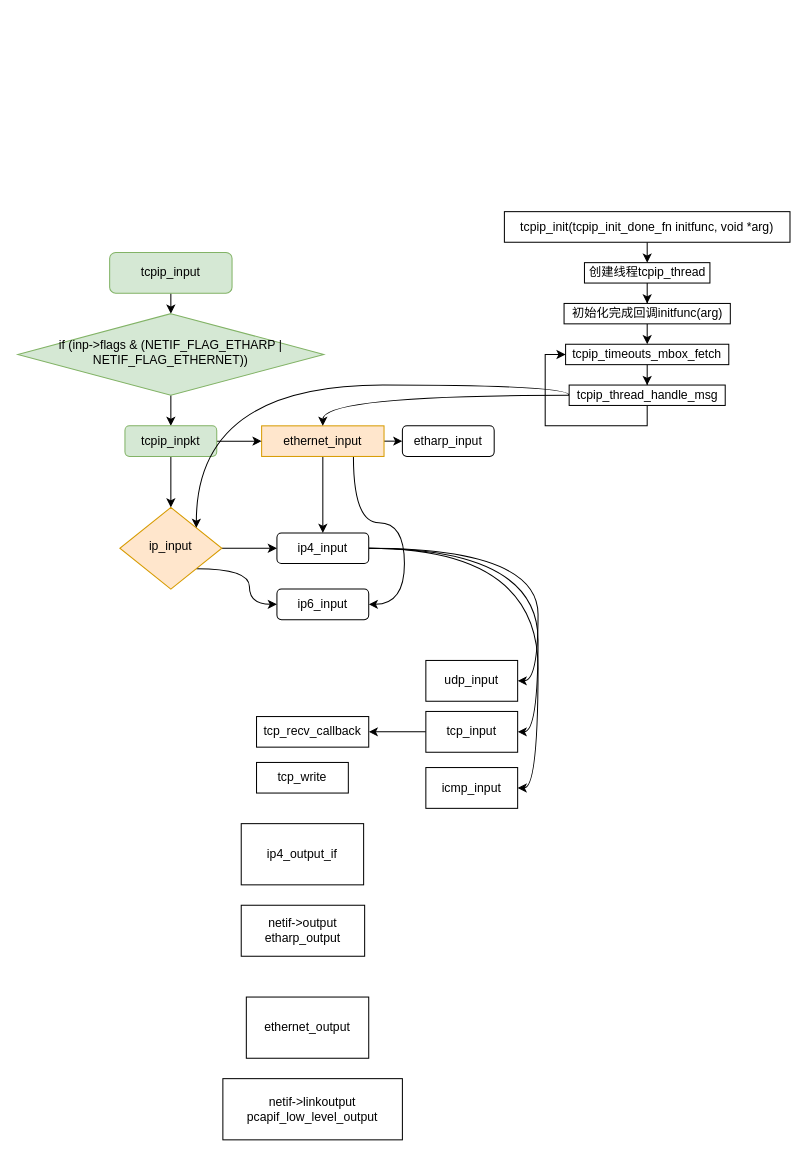
dosmlp/drawio keeps this draw.io diagram as 未命名绘图.drawio. Above is the earlier version. Source tidied: cells renumbered, new cells numbered last; positions are measured from the earlier drawing's top-left corner, leaving out a move shared by most shapes. Both pictures are drawn from the tidied source at 102%, with x=0, y=0 at pixel (17, 211).
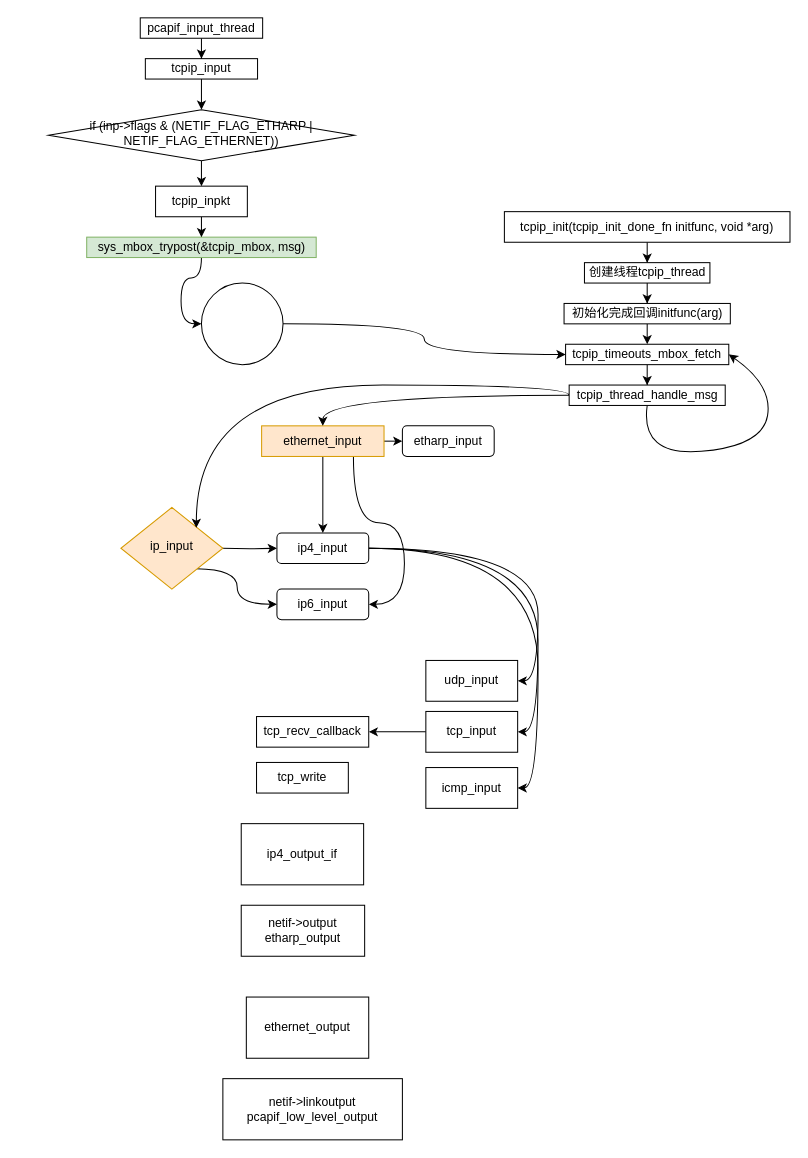
Above is the later version.

Commit message:
更新未命名绘图.drawio

Unchanged cells that the change refers to:
```xml
<mxCell id="9" value="ethernet_input" style="rounded=1;whiteSpace=wrap;html=1;fontSize=12;glass=0;strokeWidth=1;shadow=0;arcSize=0;fillColor=#ffe6cc;strokeColor=#d79b00;" parent="1" vertex="1">
  <mxGeometry x="239" y="210" width="120" height="30" as="geometry" />
</mxCell>
<mxCell id="16" value="ip4_input" style="rounded=1;whiteSpace=wrap;html=1;" parent="1" vertex="1">
  <mxGeometry x="254" y="315" width="90" height="30" as="geometry" />
</mxCell>
<mxCell id="18" value="ip6_input" style="rounded=1;whiteSpace=wrap;html=1;" parent="1" vertex="1">
  <mxGeometry x="254" y="370" width="90" height="30" as="geometry" />
</mxCell>
<mxCell id="33" value="tcpip_init(tcpip_init_done_fn initfunc, void *arg)" style="rounded=0;whiteSpace=wrap;html=1;" parent="1" vertex="1">
  <mxGeometry x="477" width="280" height="30" as="geometry" />
</mxCell>
<mxCell id="35" value="创建线程tcpip_thread" style="rounded=0;whiteSpace=wrap;html=1;" parent="1" vertex="1">
  <mxGeometry x="555.5" y="50" width="123" height="20" as="geometry" />
</mxCell>
<mxCell id="37" value="tcpip_timeouts_mbox_fetch" style="rounded=0;whiteSpace=wrap;html=1;" parent="1" vertex="1">
  <mxGeometry x="537" y="130" width="160" height="20" as="geometry" />
</mxCell>
<mxCell id="43" value="tcpip_thread_handle_msg" style="rounded=0;whiteSpace=wrap;html=1;" parent="1" vertex="1">
  <mxGeometry x="540.5" y="170" width="153" height="20" as="geometry" />
</mxCell>
```

What changed in the source:
```diff
@@
-    <mxCell id="3" value="tcpip_input" style="rounded=1;whiteSpace=wrap;html=1;fontSize=12;glass=0;strokeWidth=1;shadow=0;fillColor=#d5e8d4;strokeColor=#82b366;" parent="1" vertex="1">
-      <mxGeometry x="90" y="40" width="120" height="40" as="geometry" />
+    <mxCell id="3" value="tcpip_input" style="rounded=1;whiteSpace=wrap;html=1;fontSize=12;glass=0;strokeWidth=1;shadow=0;arcSize=0;" parent="1" vertex="1">
+      <mxGeometry x="125" y="-150" width="110" height="20" as="geometry" />
     </mxCell>
@@
-    <mxCell id="5" value="if (inp-&amp;gt;flags &amp;amp; (NETIF_FLAG_ETHARP | NETIF_FLAG_ETHERNET))" style="rhombus;whiteSpace=wrap;html=1;shadow=0;fontFamily=Helvetica;fontSize=12;align=center;strokeWidth=1;spacing=6;spacingTop=-4;fillColor=#d5e8d4;strokeColor=#82b366;" parent="1" vertex="1">
-      <mxGeometry y="100" width="300" height="80" as="geometry" />
+    <mxCell id="5" value="if (inp-&amp;gt;flags &amp;amp; (NETIF_FLAG_ETHARP | NETIF_FLAG_ETHERNET))" style="rhombus;whiteSpace=wrap;html=1;shadow=0;fontFamily=Helvetica;fontSize=12;align=center;strokeWidth=1;spacing=6;spacingTop=-4;" parent="1" vertex="1">
+      <mxGeometry x="30" y="-100" width="300" height="50" as="geometry" />
     </mxCell>
@@
-    <mxCell id="10" style="edgeStyle=orthogonalEdgeStyle;rounded=0;jettySize=auto;html=1;" parent="1" edge="1" source="12" target="16">
-      <mxGeometry relative="1" as="geometry" />
+    <mxCell id="10" style="edgeStyle=orthogonalEdgeStyle;rounded=0;jettySize=auto;html=1;" parent="1" edge="1" target="16">
+      <mxGeometry relative="1" as="geometry">
+        <mxPoint x="200" y="330" as="sourcePoint" />
+      </mxGeometry>
     </mxCell>
-    <mxCell id="11" style="edgeStyle=orthogonalEdgeStyle;rounded=0;jettySize=auto;html=1;exitX=1;exitY=1;exitDx=0;exitDy=0;entryX=0;entryY=0.5;entryDx=0;entryDy=0;elbow=vertical;curved=1;" parent="1" edge="1" source="12" target="18">
-      <mxGeometry relative="1" as="geometry" />
+    <mxCell id="11" style="edgeStyle=orthogonalEdgeStyle;rounded=0;jettySize=auto;html=1;exitX=1;exitY=1;exitDx=0;exitDy=0;entryX=0;entryY=0.5;entryDx=0;entryDy=0;elbow=vertical;curved=1;" parent="1" edge="1" target="18">
+      <mxGeometry relative="1" as="geometry">
+        <mxPoint x="175" y="350" as="sourcePoint" />
+      </mxGeometry>
     </mxCell>
     <mxCell id="12" value="ip_input" style="rhombus;whiteSpace=wrap;html=1;shadow=0;fontFamily=Helvetica;fontSize=12;align=center;strokeWidth=1;spacing=6;spacingTop=-4;fillColor=#ffe6cc;strokeColor=#d79b00;" parent="1" vertex="1">
-      <mxGeometry x="100" y="290" width="100" height="80" as="geometry" />
+      <mxGeometry x="101" y="290" width="100" height="80" as="geometry" />
     </mxCell>
@@
-    <mxCell id="19" style="edgeStyle=orthogonalEdgeStyle;rounded=0;jettySize=auto;html=1;exitX=1;exitY=0.5;exitDx=0;exitDy=0;entryX=0;entryY=0.5;entryDx=0;entryDy=0;" parent="1" edge="1" source="21" target="9">
-      <mxGeometry relative="1" as="geometry" />
-    </mxCell>
-    <mxCell id="20" style="edgeStyle=orthogonalEdgeStyle;rounded=0;jettySize=auto;html=1;exitX=0.5;exitY=1;exitDx=0;exitDy=0;entryX=0.5;entryY=0;entryDx=0;entryDy=0;" parent="1" edge="1" source="21" target="12">
-      <mxGeometry relative="1" as="geometry" />
-    </mxCell>
+    <mxCell id="44" style="edgeStyle=orthogonalEdgeStyle;rounded=0;jettySize=auto;html=1;exitX=0.5;exitY=1;exitDx=0;exitDy=0;" parent="1" edge="1" source="21" target="48">
+      <mxGeometry relative="1" as="geometry" />
+    </mxCell>
-    <mxCell id="21" value="tcpip_inpkt" style="rounded=1;whiteSpace=wrap;html=1;fillColor=#d5e8d4;strokeColor=#82b366;" parent="1" vertex="1">
-      <mxGeometry x="105" y="210" width="90" height="30" as="geometry" />
+    <mxCell id="21" value="tcpip_inpkt" style="rounded=1;whiteSpace=wrap;html=1;arcSize=0;" parent="1" vertex="1">
+      <mxGeometry x="135" y="-25" width="90" height="30" as="geometry" />
     </mxCell>
@@
-    <mxCell id="32" style="edgeStyle=orthogonalEdgeStyle;rounded=0;jettySize=auto;html=1;exitX=0.5;exitY=1;exitDx=0;exitDy=0;entryX=0.5;entryY=0;entryDx=0;entryDy=0;" parent="1" edge="1" source="33" target="35">
+    <mxCell id="32" style="edgeStyle=orthogonalEdgeStyle;rounded=0;jettySize=auto;html=1;exitX=0.5;exitY=1;exitDx=0;exitDy=0;" parent="1" edge="1" source="33" target="35">
       <mxGeometry relative="1" as="geometry" />
     </mxCell>
@@
-    <mxCell id="40" style="edgeStyle=orthogonalEdgeStyle;rounded=0;jettySize=auto;html=1;exitX=0.5;exitY=1;exitDx=0;exitDy=0;entryX=0;entryY=0.5;entryDx=0;entryDy=0;" parent="1" edge="1" source="43" target="37">
-      <mxGeometry relative="1" as="geometry" />
-    </mxCell>
@@
-    <mxCell id="42" style="edgeStyle=orthogonalEdgeStyle;rounded=0;jettySize=auto;html=1;exitX=0;exitY=0.5;exitDx=0;exitDy=0;entryX=1;entryY=0;entryDx=0;entryDy=0;curved=1;" parent="1" edge="1" source="43" target="12">
+    <mxCell id="42" style="edgeStyle=orthogonalEdgeStyle;rounded=0;jettySize=auto;html=1;exitX=0;exitY=0.5;exitDx=0;exitDy=0;entryX=1;entryY=0;entryDx=0;entryDy=0;curved=1;" parent="1" edge="1" source="43">
       <mxGeometry relative="1" as="geometry">
+        <mxPoint x="175" y="310" as="targetPoint" />
         <Array as="points">
           <mxPoint x="541" y="170" />
           <mxPoint x="175" y="170" />
         </Array>
       </mxGeometry>
     </mxCell>
@@
+    <mxCell id="45" style="edgeStyle=orthogonalEdgeStyle;rounded=0;jettySize=auto;html=1;entryX=0.5;entryY=0;entryDx=0;entryDy=0;" parent="1" edge="1" source="46" target="3">
+      <mxGeometry relative="1" as="geometry" />
+    </mxCell>
+    <mxCell id="46" value="pcapif_input_thread" style="rounded=0;whiteSpace=wrap;html=1;" parent="1" vertex="1">
+      <mxGeometry x="120" y="-190" width="120" height="20" as="geometry" />
+    </mxCell>
+    <mxCell id="47" style="edgeStyle=orthogonalEdgeStyle;rounded=0;jettySize=auto;html=1;exitX=0.5;exitY=1;exitDx=0;exitDy=0;entryX=0;entryY=0.5;entryDx=0;entryDy=0;curved=1;" parent="1" edge="1" source="48" target="50">
+      <mxGeometry relative="1" as="geometry" />
+    </mxCell>
+    <mxCell id="48" value="sys_mbox_trypost(&amp;tcpip_mbox, msg)" style="rounded=0;whiteSpace=wrap;html=1;fillColor=#d5e8d4;strokeColor=#82b366;" parent="1" vertex="1">
+      <mxGeometry x="67.5" y="25" width="225" height="20" as="geometry" />
+    </mxCell>
+    <mxCell id="49" style="edgeStyle=orthogonalEdgeStyle;rounded=0;jettySize=auto;html=1;entryX=0;entryY=0.5;entryDx=0;entryDy=0;curved=1;" parent="1" edge="1" source="50" target="37">
+      <mxGeometry relative="1" as="geometry" />
+    </mxCell>
+    <mxCell id="50" style="ellipse;whiteSpace=wrap;html=1;" parent="1" vertex="1">
+      <mxGeometry x="180" y="70" width="80" height="80" as="geometry" />
+    </mxCell>
+    <mxCell id="40" style="curved=1;endArrow=classic;html=1;rounded=0;exitX=0.5;exitY=1;exitDx=0;exitDy=0;entryX=1;entryY=0.5;entryDx=0;entryDy=0;" parent="1" edge="1" source="43" target="37">
+      <mxGeometry relative="1" as="geometry">
+        <Array as="points">
+          <mxPoint x="610" y="240" />
+          <mxPoint x="730" y="230" />
+          <mxPoint x="740" y="170" />
+        </Array>
+      </mxGeometry>
+    </mxCell>
```
